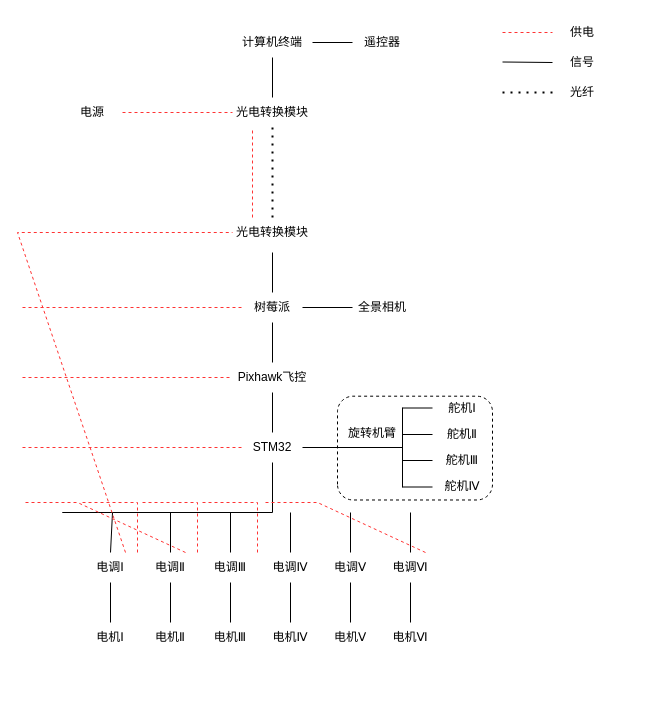
Earlier version of the draw.io diagram 两栖无人机架构图.drawio (Yapan0975/UAV-ROV). Source tidied: cells renumbered, new cells numbered last; positions are measured from the earlier drawing's top-left corner, leaving out a move shared by most shapes. Both pictures are drawn from the tidied source at 100%, with x=0, y=0 at pixel (17, 17).
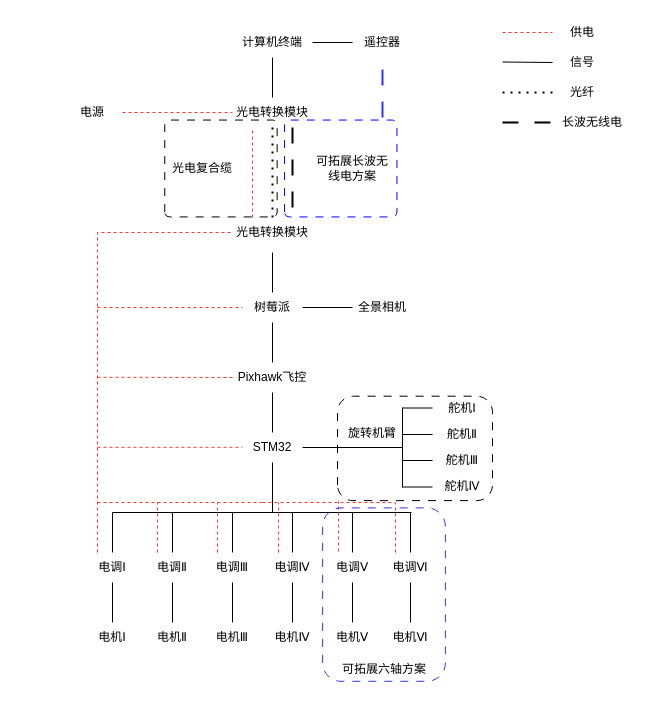
After the change.

Commit message:
更新两栖无人机架构图.drawio

Unchanged cells that the change refers to:
```xml
<mxCell id="3" value="遥控器" style="text;html=1;align=center;verticalAlign=middle;whiteSpace=wrap;rounded=0;" parent="1" vertex="1">
  <mxGeometry x="335" y="10" width="60" height="30" as="geometry" />
</mxCell>
<mxCell id="4" value="树莓派" style="text;html=1;align=center;verticalAlign=middle;whiteSpace=wrap;rounded=0;" parent="1" vertex="1">
  <mxGeometry x="225" y="275" width="60" height="30" as="geometry" />
</mxCell>
<mxCell id="6" value="Pixhawk飞控" style="text;html=1;align=center;verticalAlign=middle;whiteSpace=wrap;rounded=0;" parent="1" vertex="1">
  <mxGeometry x="215" y="345" width="80" height="30" as="geometry" />
</mxCell>
<mxCell id="7" value="STM32" style="text;html=1;align=center;verticalAlign=middle;whiteSpace=wrap;rounded=0;" parent="1" vertex="1">
  <mxGeometry x="225" y="415" width="60" height="30" as="geometry" />
</mxCell>
<mxCell id="18" value="电调Ⅵ" style="text;html=1;align=center;verticalAlign=middle;whiteSpace=wrap;rounded=0;" parent="1" vertex="1">
  <mxGeometry x="363" y="535" width="60" height="30" as="geometry" />
</mxCell>
<mxCell id="58" value="光电转换模块" style="text;html=1;align=center;verticalAlign=middle;whiteSpace=wrap;rounded=0;" parent="1" vertex="1">
  <mxGeometry x="215" y="80" width="80" height="30" as="geometry" />
</mxCell>
<mxCell id="59" value="光电转换模块" style="text;html=1;align=center;verticalAlign=middle;whiteSpace=wrap;rounded=0;" parent="1" vertex="1">
  <mxGeometry x="215" y="200" width="80" height="30" as="geometry" />
</mxCell>
```

Diff of the diagram source:
```diff
@@
     <mxCell id="8" value="电调Ⅰ" style="text;html=1;align=center;verticalAlign=middle;whiteSpace=wrap;rounded=0;" parent="1" vertex="1">
-      <mxGeometry x="63" y="535" width="60" height="30" as="geometry" />
+      <mxGeometry x="65" y="535" width="60" height="30" as="geometry" />
     </mxCell>
     <mxCell id="9" value="电机Ⅰ" style="text;html=1;align=center;verticalAlign=middle;whiteSpace=wrap;rounded=0;" parent="1" vertex="1">
-      <mxGeometry x="63" y="605" width="60" height="30" as="geometry" />
+      <mxGeometry x="65" y="605" width="60" height="30" as="geometry" />
     </mxCell>
     <mxCell id="10" value="电调Ⅱ" style="text;html=1;align=center;verticalAlign=middle;whiteSpace=wrap;rounded=0;" parent="1" vertex="1">
-      <mxGeometry x="123" y="535" width="60" height="30" as="geometry" />
+      <mxGeometry x="125" y="535" width="60" height="30" as="geometry" />
     </mxCell>
     <mxCell id="11" value="电机Ⅱ" style="text;html=1;align=center;verticalAlign=middle;whiteSpace=wrap;rounded=0;" parent="1" vertex="1">
-      <mxGeometry x="123" y="605" width="60" height="30" as="geometry" />
+      <mxGeometry x="125" y="605" width="60" height="30" as="geometry" />
     </mxCell>
     <mxCell id="12" value="电调Ⅲ" style="text;html=1;align=center;verticalAlign=middle;whiteSpace=wrap;rounded=0;" parent="1" vertex="1">
-      <mxGeometry x="183" y="535" width="60" height="30" as="geometry" />
+      <mxGeometry x="185" y="535" width="60" height="30" as="geometry" />
     </mxCell>
     <mxCell id="13" value="电机Ⅲ" style="text;html=1;align=center;verticalAlign=middle;whiteSpace=wrap;rounded=0;" parent="1" vertex="1">
-      <mxGeometry x="183" y="605" width="60" height="30" as="geometry" />
+      <mxGeometry x="185" y="605" width="60" height="30" as="geometry" />
     </mxCell>
     <mxCell id="14" value="电调Ⅳ" style="text;html=1;align=center;verticalAlign=middle;whiteSpace=wrap;rounded=0;" parent="1" vertex="1">
-      <mxGeometry x="243" y="535" width="60" height="30" as="geometry" />
+      <mxGeometry x="245" y="535" width="60" height="30" as="geometry" />
     </mxCell>
     <mxCell id="15" value="电机Ⅳ" style="text;html=1;align=center;verticalAlign=middle;whiteSpace=wrap;rounded=0;" parent="1" vertex="1">
-      <mxGeometry x="243" y="605" width="60" height="30" as="geometry" />
+      <mxGeometry x="245" y="605" width="60" height="30" as="geometry" />
     </mxCell>
     <mxCell id="16" value="电调Ⅴ" style="text;html=1;align=center;verticalAlign=middle;whiteSpace=wrap;rounded=0;" parent="1" vertex="1">
-      <mxGeometry x="303" y="535" width="60" height="30" as="geometry" />
+      <mxGeometry x="305" y="535" width="60" height="30" as="geometry" />
     </mxCell>
     <mxCell id="17" value="电机Ⅴ" style="text;html=1;align=center;verticalAlign=middle;whiteSpace=wrap;rounded=0;" parent="1" vertex="1">
-      <mxGeometry x="303" y="605" width="60" height="30" as="geometry" />
+      <mxGeometry x="305" y="605" width="60" height="30" as="geometry" />
     </mxCell>
@@
-    <mxCell id="30" style="endArrow=none;html=1;rounded=0;entryX=0.5;entryY=1;entryDx=0;entryDy=0;exitX=0.5;exitY=0;exitDx=0;exitDy=0;" parent="1" edge="1" source="8" target="7">
+    <mxCell id="30" style="endArrow=none;html=1;rounded=0;entryX=0.5;entryY=1;entryDx=0;entryDy=0;exitX=0.5;exitY=0;exitDx=0;exitDy=0;" parent="1" edge="1">
       <mxGeometry relative="1" as="geometry">
+        <mxPoint x="95" y="535" as="sourcePoint" />
+        <mxPoint x="255" y="445" as="targetPoint" />
         <Array as="points">
           <mxPoint x="95" y="495" />
-          <mxPoint x="45" y="495" />
           <mxPoint x="255" y="495" />
         </Array>
       </mxGeometry>
     </mxCell>
@@
     <mxCell id="35" style="endArrow=none;html=1;rounded=0;exitX=0.5;exitY=0;exitDx=0;exitDy=0;" parent="1" edge="1" source="16">
       <mxGeometry relative="1" as="geometry">
-        <mxPoint x="333" y="495" as="targetPoint" />
+        <mxPoint x="335" y="495" as="targetPoint" />
       </mxGeometry>
     </mxCell>
     <mxCell id="36" style="endArrow=none;html=1;rounded=0;exitX=0.5;exitY=0;exitDx=0;exitDy=0;" parent="1" edge="1" source="14">
       <mxGeometry relative="1" as="geometry">
-        <mxPoint x="273" y="495" as="targetPoint" />
+        <mxPoint x="275" y="495" as="targetPoint" />
       </mxGeometry>
     </mxCell>
     <mxCell id="37" style="endArrow=none;html=1;rounded=0;exitX=0.5;exitY=0;exitDx=0;exitDy=0;" parent="1" edge="1" source="12">
       <mxGeometry relative="1" as="geometry">
-        <mxPoint x="213" y="495" as="targetPoint" />
+        <mxPoint x="215" y="495" as="targetPoint" />
       </mxGeometry>
     </mxCell>
     <mxCell id="38" style="endArrow=none;html=1;rounded=0;exitX=0.5;exitY=0;exitDx=0;exitDy=0;" parent="1" edge="1" source="10">
       <mxGeometry relative="1" as="geometry">
-        <mxPoint x="153" y="495" as="targetPoint" />
+        <mxPoint x="155" y="495" as="targetPoint" />
       </mxGeometry>
     </mxCell>
@@
-    <mxCell id="44" style="endArrow=none;dashed=1;html=1;rounded=0;exitX=0.75;exitY=0;exitDx=0;exitDy=0;strokeColor=#FF3333;entryX=0;entryY=0.5;entryDx=0;entryDy=0;" parent="1" edge="1" source="8" target="59">
+    <mxCell id="44" style="endArrow=none;dashed=1;html=1;rounded=0;exitX=0.25;exitY=0;exitDx=0;exitDy=0;strokeColor=#FF3333;entryX=0;entryY=0.5;entryDx=0;entryDy=0;" parent="1" edge="1" source="8" target="59">
       <mxGeometry relative="1" as="geometry">
         <Array as="points">
-          <mxPoint y="215" />
+          <mxPoint x="80" y="215" />
         </Array>
       </mxGeometry>
     </mxCell>
-    <mxCell id="45" style="endArrow=none;dashed=1;html=1;rounded=0;exitX=0.75;exitY=0;exitDx=0;exitDy=0;strokeColor=#FF3333;" parent="1" edge="1" source="10">
-      <mxGeometry relative="1" as="geometry">
-        <mxPoint x="5" y="485" as="targetPoint" />
-        <Array as="points">
-          <mxPoint x="60" y="485" />
-        </Array>
-      </mxGeometry>
-    </mxCell>
-    <mxCell id="46" style="endArrow=none;dashed=1;html=1;rounded=0;exitX=0.75;exitY=0;exitDx=0;exitDy=0;strokeColor=#FF3333;" parent="1" edge="1">
-      <mxGeometry relative="1" as="geometry">
-        <mxPoint x="120" y="535" as="sourcePoint" />
-        <mxPoint x="65" y="485" as="targetPoint" />
-        <Array as="points">
-          <mxPoint x="120" y="485" />
-        </Array>
-      </mxGeometry>
-    </mxCell>
-    <mxCell id="47" style="endArrow=none;dashed=1;html=1;rounded=0;exitX=0.75;exitY=0;exitDx=0;exitDy=0;strokeColor=#FF3333;" parent="1" edge="1">
-      <mxGeometry relative="1" as="geometry">
-        <mxPoint x="180" y="535" as="sourcePoint" />
-        <mxPoint x="125" y="485" as="targetPoint" />
-        <Array as="points">
-          <mxPoint x="180" y="485" />
-        </Array>
-      </mxGeometry>
-    </mxCell>
-    <mxCell id="48" style="endArrow=none;dashed=1;html=1;rounded=0;exitX=0.75;exitY=0;exitDx=0;exitDy=0;strokeColor=#FF3333;" parent="1" edge="1">
+    <mxCell id="48" style="endArrow=none;dashed=1;html=1;rounded=0;strokeColor=#FF3333;" parent="1" edge="1">
       <mxGeometry relative="1" as="geometry">
-        <mxPoint x="240" y="535" as="sourcePoint" />
-        <mxPoint x="185" y="485" as="targetPoint" />
+        <mxPoint x="245" y="485" as="sourcePoint" />
+        <mxPoint x="80" y="485" as="targetPoint" />
         <Array as="points">
-          <mxPoint x="240" y="485" />
+          <mxPoint x="235" y="485" />
         </Array>
       </mxGeometry>
     </mxCell>
-    <mxCell id="49" style="endArrow=none;dashed=1;html=1;rounded=0;exitX=0.75;exitY=0;exitDx=0;exitDy=0;strokeColor=#FF3333;" parent="1" edge="1" source="18">
+    <mxCell id="49" style="endArrow=none;dashed=1;html=1;rounded=0;strokeColor=#FF3333;exitX=0.25;exitY=0;exitDx=0;exitDy=0;" parent="1" edge="1" source="18">
       <mxGeometry relative="1" as="geometry">
         <mxPoint x="245" y="485" as="targetPoint" />
         <Array as="points">
-          <mxPoint x="300" y="485" />
+          <mxPoint x="378" y="510" />
+          <mxPoint x="378" y="485" />
         </Array>
       </mxGeometry>
     </mxCell>
-    <mxCell id="50" style="endArrow=none;dashed=1;html=1;rounded=0;entryX=0;entryY=0.5;entryDx=0;entryDy=0;strokeColor=#FF3333;" parent="1" edge="1" target="6">
-      <mxGeometry relative="1" as="geometry">
-        <mxPoint x="5" y="360" as="sourcePoint" />
-      </mxGeometry>
-    </mxCell>
     <mxCell id="51" style="endArrow=none;dashed=1;html=1;rounded=0;entryX=0;entryY=0.5;entryDx=0;entryDy=0;strokeColor=#FF3333;" parent="1" edge="1" target="4">
       <mxGeometry relative="1" as="geometry">
-        <mxPoint x="5" y="290" as="sourcePoint" />
+        <mxPoint x="80" y="290" as="sourcePoint" />
       </mxGeometry>
     </mxCell>
-    <mxCell id="52" style="endArrow=none;dashed=1;html=1;rounded=0;entryX=0;entryY=0.5;entryDx=0;entryDy=0;strokeColor=#FF3333;" parent="1" edge="1" target="7">
-      <mxGeometry relative="1" as="geometry">
-        <mxPoint x="5" y="430" as="sourcePoint" />
-      </mxGeometry>
-    </mxCell>
@@
-    <mxCell id="67" style="rounded=1;whiteSpace=wrap;html=1;fillColor=none;dashed=1;rotation=-90;" parent="1" vertex="1">
-      <mxGeometry x="345.6" y="353.1" width="103.8" height="155" as="geometry" />
+    <mxCell id="67" style="rounded=1;whiteSpace=wrap;html=1;fillColor=none;rotation=-90;dashed=1;dashPattern=8 8;" parent="1" vertex="1">
+      <mxGeometry x="345.3" y="353.4" width="104.4" height="155" as="geometry" />
     </mxCell>
@@
+    <mxCell id="71" style="endArrow=none;html=1;rounded=0;" parent="1" edge="1">
+      <mxGeometry relative="1" as="geometry">
+        <mxPoint x="254" y="495" as="sourcePoint" />
+        <mxPoint x="394" y="495" as="targetPoint" />
+      </mxGeometry>
+    </mxCell>
+    <mxCell id="72" style="endArrow=none;dashed=1;html=1;rounded=0;strokeColor=#FF3333;exitX=0.25;exitY=0;exitDx=0;exitDy=0;" parent="1" edge="1" source="10">
+      <mxGeometry relative="1" as="geometry">
+        <mxPoint x="140" y="485" as="targetPoint" />
+        <Array as="points">
+          <mxPoint x="140" y="510" />
+        </Array>
+      </mxGeometry>
+    </mxCell>
+    <mxCell id="73" style="endArrow=none;dashed=1;html=1;rounded=0;strokeColor=#FF3333;exitX=0.25;exitY=0;exitDx=0;exitDy=0;" parent="1" edge="1">
+      <mxGeometry relative="1" as="geometry">
+        <mxPoint x="200" y="535" as="sourcePoint" />
+        <mxPoint x="200" y="485" as="targetPoint" />
+        <Array as="points">
+          <mxPoint x="200" y="510" />
+        </Array>
+      </mxGeometry>
+    </mxCell>
+    <mxCell id="74" style="endArrow=none;dashed=1;html=1;rounded=0;strokeColor=#FF3333;exitX=0.25;exitY=0;exitDx=0;exitDy=0;" parent="1" edge="1">
+      <mxGeometry relative="1" as="geometry">
+        <mxPoint x="261" y="535" as="sourcePoint" />
+        <mxPoint x="261" y="485" as="targetPoint" />
+        <Array as="points">
+          <mxPoint x="261" y="510" />
+        </Array>
+      </mxGeometry>
+    </mxCell>
+    <mxCell id="75" style="endArrow=none;dashed=1;html=1;rounded=0;strokeColor=#FF3333;exitX=0.25;exitY=0;exitDx=0;exitDy=0;" parent="1" edge="1">
+      <mxGeometry relative="1" as="geometry">
+        <mxPoint x="321" y="534" as="sourcePoint" />
+        <mxPoint x="321" y="484" as="targetPoint" />
+        <Array as="points">
+          <mxPoint x="321" y="509" />
+        </Array>
+      </mxGeometry>
+    </mxCell>
+    <mxCell id="76" style="endArrow=none;dashed=1;html=1;rounded=0;strokeColor=#FF3333;" parent="1" edge="1">
+      <mxGeometry relative="1" as="geometry">
+        <mxPoint x="80" y="359.8" as="sourcePoint" />
+        <mxPoint x="215" y="360" as="targetPoint" />
+      </mxGeometry>
+    </mxCell>
+    <mxCell id="77" style="endArrow=none;dashed=1;html=1;rounded=0;entryX=0;entryY=0.5;entryDx=0;entryDy=0;strokeColor=#FF3333;" parent="1" edge="1">
+      <mxGeometry relative="1" as="geometry">
+        <mxPoint x="80" y="429.8" as="sourcePoint" />
+        <mxPoint x="225" y="429.8" as="targetPoint" />
+      </mxGeometry>
+    </mxCell>
+    <mxCell id="78" style="endArrow=none;dashed=1;html=1;dashPattern=8 8;strokeWidth=2;rounded=0;entryX=0;entryY=0.5;entryDx=0;entryDy=0;" parent="1" edge="1" target="79">
+      <mxGeometry relative="1" as="geometry">
+        <mxPoint x="485" y="105" as="sourcePoint" />
+      </mxGeometry>
+    </mxCell>
+    <mxCell id="79" value="长波无线电" style="text;html=1;align=center;verticalAlign=middle;whiteSpace=wrap;rounded=0;" parent="1" vertex="1">
+      <mxGeometry x="535" y="90" width="80" height="30" as="geometry" />
+    </mxCell>
+    <mxCell id="80" style="endArrow=none;dashed=1;html=1;dashPattern=8 8;strokeWidth=2;rounded=0;entryX=0.75;entryY=0;entryDx=0;entryDy=0;exitX=0.75;exitY=1;exitDx=0;exitDy=0;" parent="1" edge="1" source="58" target="59">
+      <mxGeometry relative="1" as="geometry" />
+    </mxCell>
+    <mxCell id="81" style="rounded=1;whiteSpace=wrap;html=1;fillColor=none;rotation=-90;dashed=1;dashPattern=8 8;strokeColor=#3333FF;" parent="1" vertex="1">
+      <mxGeometry x="279.8" y="515.7" width="173.4" height="122.8" as="geometry" />
+    </mxCell>
+    <mxCell id="82" value="可拓展六轴方案" style="text;html=1;align=center;verticalAlign=middle;whiteSpace=wrap;rounded=0;" parent="1" vertex="1">
+      <mxGeometry x="321.6" y="636.6" width="90" height="30" as="geometry" />
+    </mxCell>
+    <mxCell id="83" style="rounded=1;whiteSpace=wrap;html=1;fillColor=none;rotation=-90;dashed=1;dashPattern=8 8;arcSize=5;strokeColor=#0000FF;" parent="1" vertex="1">
+      <mxGeometry x="274.8" y="94.8" width="96.9" height="112.4" as="geometry" />
+    </mxCell>
+    <mxCell id="84" value="可拓展长波无线电方案" style="text;html=1;align=center;verticalAlign=middle;whiteSpace=wrap;rounded=0;" parent="1" vertex="1">
+      <mxGeometry x="295" y="136.1" width="80" height="30" as="geometry" />
+    </mxCell>
+    <mxCell id="85" style="rounded=1;whiteSpace=wrap;html=1;fillColor=none;rotation=-90;dashed=1;dashPattern=8 8;arcSize=5;" parent="1" vertex="1">
+      <mxGeometry x="155" y="94.8" width="96.9" height="112.4" as="geometry" />
+    </mxCell>
+    <mxCell id="86" value="光电复合缆" style="text;html=1;align=center;verticalAlign=middle;whiteSpace=wrap;rounded=0;" parent="1" vertex="1">
+      <mxGeometry x="145" y="136.1" width="80" height="30" as="geometry" />
+    </mxCell>
+    <mxCell id="87" style="endArrow=none;dashed=1;html=1;dashPattern=8 8;strokeWidth=2;rounded=0;entryX=0.5;entryY=1;entryDx=0;entryDy=0;strokeColor=#3333FF;" parent="1" edge="1" target="3">
+      <mxGeometry relative="1" as="geometry">
+        <mxPoint x="365" y="100" as="sourcePoint" />
+      </mxGeometry>
+    </mxCell>
```
